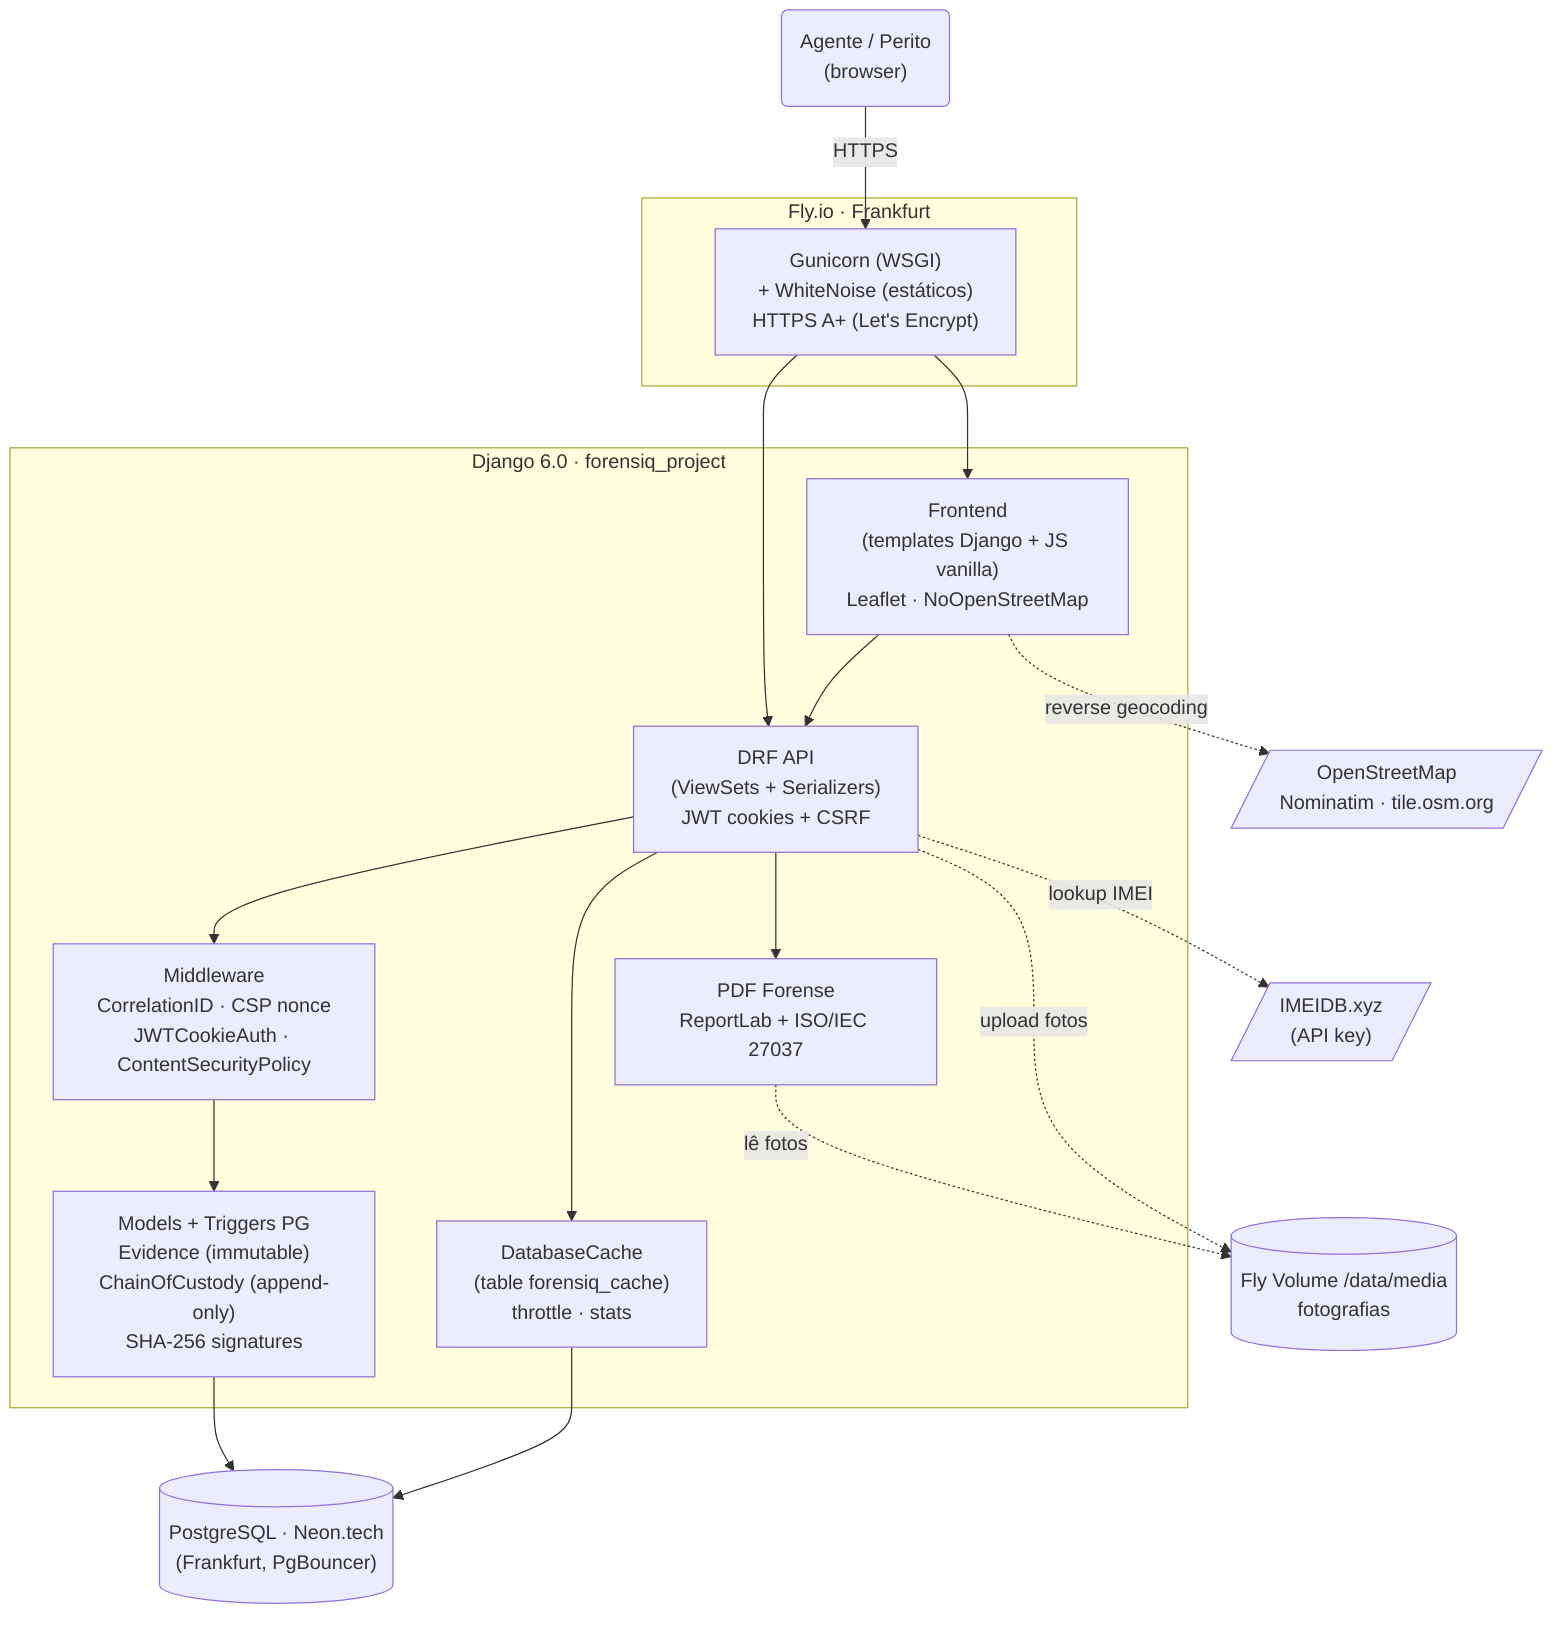
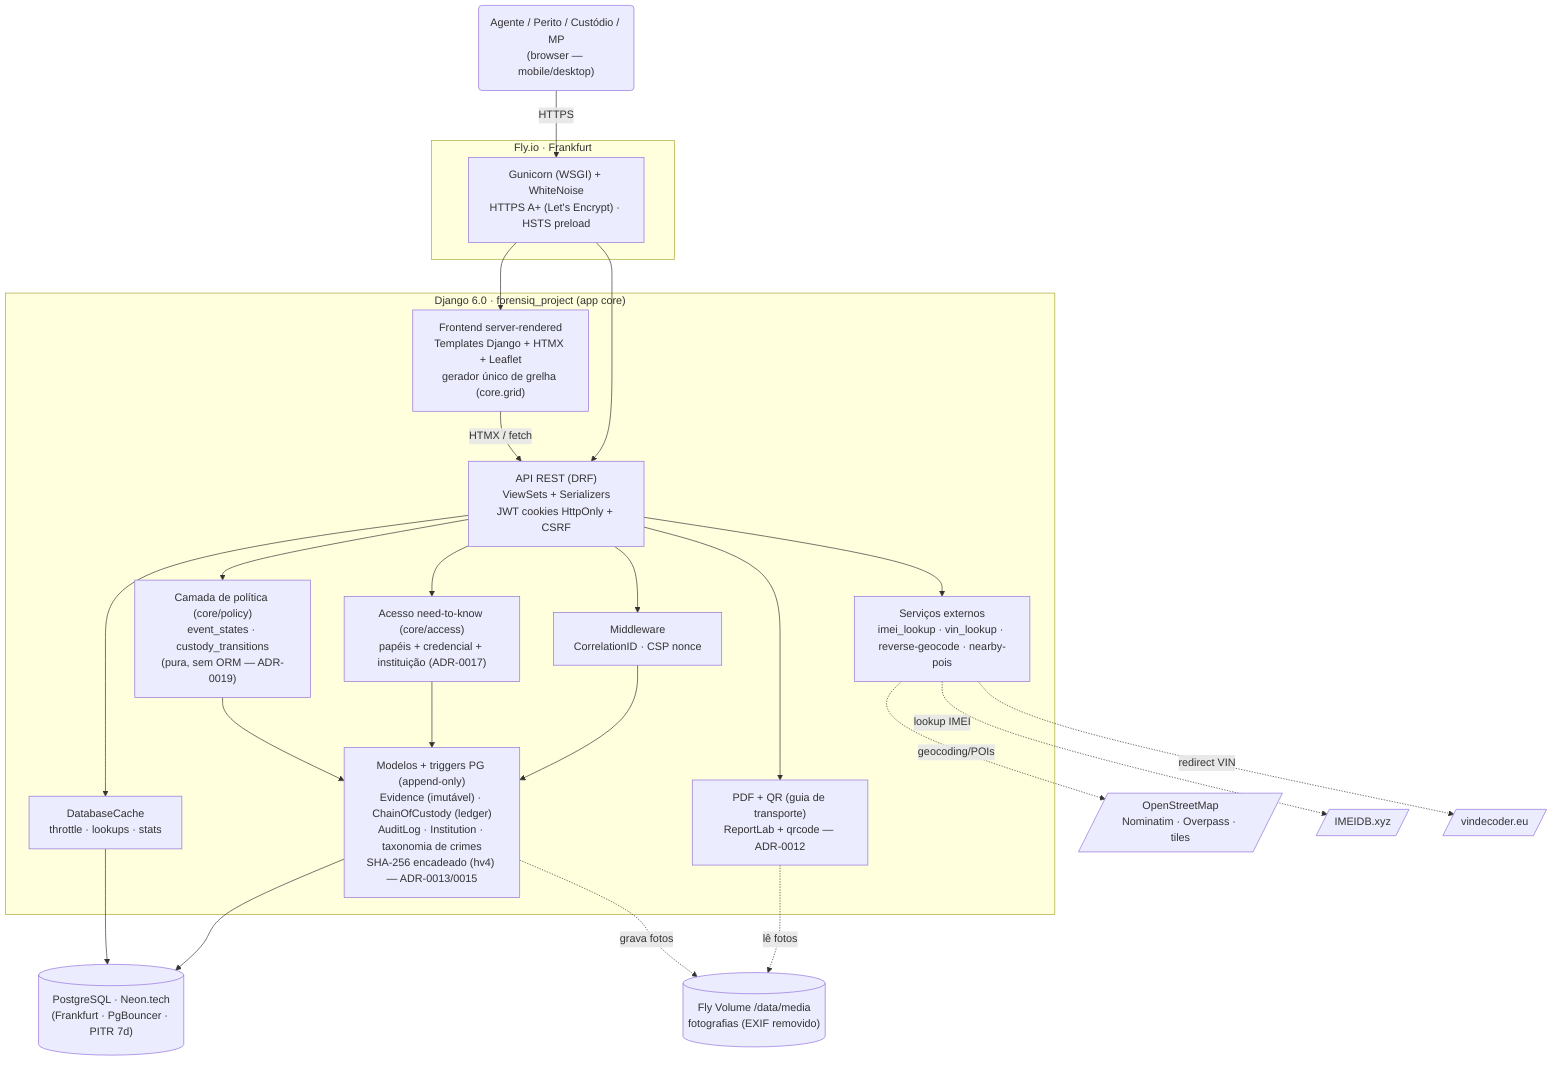
- %% ForensiQ — C4 Nível 2 (Containers)
- %% Renderizar: npx -p @mermaid-js/mermaid-cli mmdc -i c4-container.mmd -o c4-container.png -b transparent -w 2000
+ %% ForensiQ — C4 Nível 2 (Containers) — actualizado 2026-06-13 (estado pós-refactor Fase 2/3)
+ %% NOTA: o PNG versionado (c4-container.png) foi gerado nesta sessão via Graphviz
+ %%       (ver c4-container.dot) por indisponibilidade offline do mermaid-cli.
+ %%       Este .mmd mantém-se como fonte alternativa; reflecte o mesmo conteúdo.
+ %% Renderizar (mermaid): npx -p @mermaid-js/mermaid-cli mmdc -i c4-container.mmd -o c4-container.png -b transparent -w 2000

flowchart TB
-     User("Agente / Perito<br/>(browser)")
+     User("Agente / Perito / Custódio / MP<br/>(browser — mobile/desktop)")

    subgraph Edge["Fly.io · Frankfurt"]
-         Gunicorn["Gunicorn (WSGI)<br/>+ WhiteNoise (estáticos)<br/>HTTPS A+ (Let's Encrypt)"]
+         Gunicorn["Gunicorn (WSGI) + WhiteNoise<br/>HTTPS A+ (Let's Encrypt) · HSTS preload"]
    end

-     subgraph App["Django 6.0 · forensiq_project"]
-         Frontend["Frontend<br/>(templates Django + JS vanilla)<br/>Leaflet · NoOpenStreetMap"]
-         DRF["DRF API<br/>(ViewSets + Serializers)<br/>JWT cookies + CSRF"]
-         Middleware["Middleware<br/>CorrelationID · CSP nonce<br/>JWTCookieAuth · ContentSecurityPolicy"]
-         Models["Models + Triggers PG<br/>Evidence (immutable)<br/>ChainOfCustody (append-only)<br/>SHA-256 signatures"]
-         Cache["DatabaseCache<br/>(table forensiq_cache)<br/>throttle · stats"]
-         PDFGen["PDF Forense<br/>ReportLab + ISO/IEC 27037"]
+     subgraph App["Django 6.0 · forensiq_project (app core)"]
+         Frontend["Frontend server-rendered<br/>Templates Django + HTMX + Leaflet<br/>gerador único de grelha (core.grid)"]
+         DRF["API REST (DRF)<br/>ViewSets + Serializers<br/>JWT cookies HttpOnly + CSRF"]
+         Middleware["Middleware<br/>CorrelationID · CSP nonce"]
+         Policy["Camada de política (core/policy)<br/>event_states · custody_transitions<br/>(pura, sem ORM — ADR-0019)"]
+         Access["Acesso need-to-know (core/access)<br/>papéis + credencial + instituição (ADR-0017)"]
+         Models["Modelos + triggers PG (append-only)<br/>Evidence (imutável) · ChainOfCustody (ledger)<br/>AuditLog · Institution · taxonomia de crimes<br/>SHA-256 encadeado (hv4) — ADR-0013/0015"]
+         Cache["DatabaseCache<br/>throttle · lookups · stats"]
+         PDFGen["PDF + QR (guia de transporte)<br/>ReportLab + qrcode — ADR-0012"]
+         Services["Serviços externos<br/>imei_lookup · vin_lookup · reverse-geocode · nearby-pois"]
    end

-     Neon[("PostgreSQL · Neon.tech<br/>(Frankfurt, PgBouncer)")]
-     OSM[/"OpenStreetMap<br/>Nominatim · tile.osm.org"/]
-     IMEI[/"IMEIDB.xyz<br/>(API key)"/]
-     Volume[("Fly Volume /data/media<br/>fotografias")]
+     Neon[("PostgreSQL · Neon.tech<br/>(Frankfurt · PgBouncer · PITR 7d)")]
+     Volume[("Fly Volume /data/media<br/>fotografias (EXIF removido)")]
+     OSM[/"OpenStreetMap<br/>Nominatim · Overpass · tiles"/]
+     IMEI[/"IMEIDB.xyz"/]
+     VIN[/"vindecoder.eu"/]

    User -->|"HTTPS"| Gunicorn
    Gunicorn --> Frontend
    Gunicorn --> DRF
-     Frontend --> DRF
+     Frontend -->|"HTMX / fetch"| DRF
    DRF --> Middleware
+     DRF --> Access
+     DRF --> Policy
    Middleware --> Models
+     Access --> Models
+     Policy --> Models
    Models --> Neon
    DRF --> Cache --> Neon
    DRF --> PDFGen
-     Frontend -.->|"reverse geocoding"| OSM
-     DRF -.->|"lookup IMEI"| IMEI
+     DRF --> Services
+     Services -.->|"geocoding/POIs"| OSM
+     Services -.->|"lookup IMEI"| IMEI
+     Services -.->|"redirect VIN"| VIN
    PDFGen -.->|"lê fotos"| Volume
-     DRF -.->|"upload fotos"| Volume
+     Models -.->|"grava fotos"| Volume
